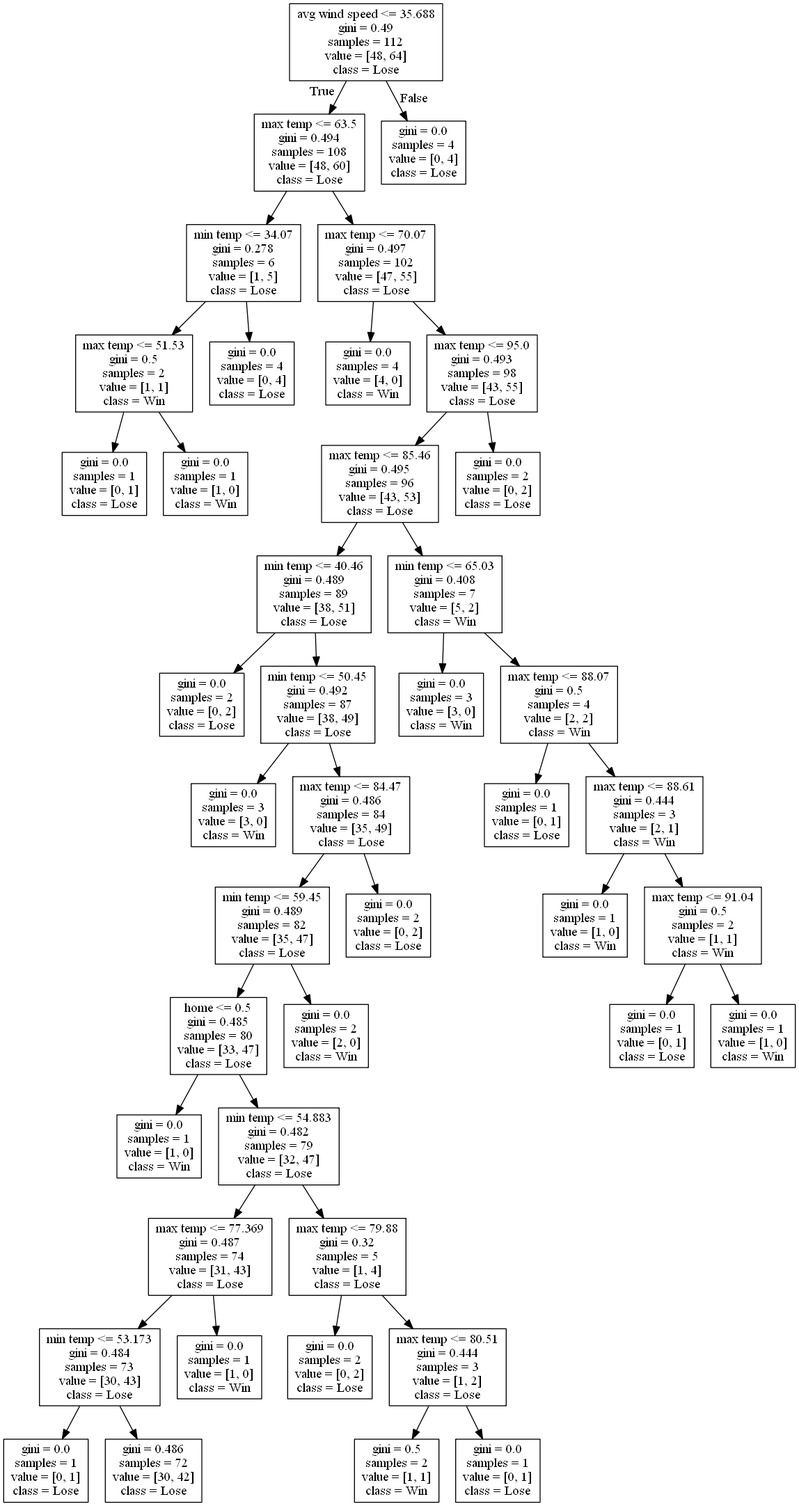
This is DecisionTrees/decision_tree_no_score_or_attendance_test_6016.png from alexana-steck/CSE482Project, a Graphviz export, as it was before one commit. Its source is kept beside it as DecisionTrees/decision_tree_no_score_or_attendance_test_6016.dot. The source it was exported from:
```dot
digraph Tree {
node [shape=box] ;
0 [label="avg wind speed <= 35.688\ngini = 0.49\nsamples = 112\nvalue = [48, 64]\nclass = Lose"] ;
1 [label="max temp <= 63.5\ngini = 0.494\nsamples = 108\nvalue = [48, 60]\nclass = Lose"] ;
0 -> 1 [labeldistance=2.5, labelangle=45, headlabel="True"] ;
2 [label="min temp <= 34.07\ngini = 0.278\nsamples = 6\nvalue = [1, 5]\nclass = Lose"] ;
1 -> 2 ;
3 [label="max temp <= 51.53\ngini = 0.5\nsamples = 2\nvalue = [1, 1]\nclass = Win"] ;
2 -> 3 ;
4 [label="gini = 0.0\nsamples = 1\nvalue = [0, 1]\nclass = Lose"] ;
3 -> 4 ;
5 [label="gini = 0.0\nsamples = 1\nvalue = [1, 0]\nclass = Win"] ;
3 -> 5 ;
6 [label="gini = 0.0\nsamples = 4\nvalue = [0, 4]\nclass = Lose"] ;
2 -> 6 ;
7 [label="max temp <= 70.07\ngini = 0.497\nsamples = 102\nvalue = [47, 55]\nclass = Lose"] ;
1 -> 7 ;
8 [label="gini = 0.0\nsamples = 4\nvalue = [4, 0]\nclass = Win"] ;
7 -> 8 ;
9 [label="max temp <= 95.0\ngini = 0.493\nsamples = 98\nvalue = [43, 55]\nclass = Lose"] ;
7 -> 9 ;
10 [label="max temp <= 85.46\ngini = 0.495\nsamples = 96\nvalue = [43, 53]\nclass = Lose"] ;
9 -> 10 ;
11 [label="min temp <= 40.46\ngini = 0.489\nsamples = 89\nvalue = [38, 51]\nclass = Lose"] ;
10 -> 11 ;
12 [label="gini = 0.0\nsamples = 2\nvalue = [0, 2]\nclass = Lose"] ;
11 -> 12 ;
13 [label="min temp <= 50.45\ngini = 0.492\nsamples = 87\nvalue = [38, 49]\nclass = Lose"] ;
11 -> 13 ;
14 [label="gini = 0.0\nsamples = 3\nvalue = [3, 0]\nclass = Win"] ;
13 -> 14 ;
15 [label="max temp <= 84.47\ngini = 0.486\nsamples = 84\nvalue = [35, 49]\nclass = Lose"] ;
13 -> 15 ;
16 [label="min temp <= 59.45\ngini = 0.489\nsamples = 82\nvalue = [35, 47]\nclass = Lose"] ;
15 -> 16 ;
17 [label="home <= 0.5\ngini = 0.485\nsamples = 80\nvalue = [33, 47]\nclass = Lose"] ;
16 -> 17 ;
18 [label="gini = 0.0\nsamples = 1\nvalue = [1, 0]\nclass = Win"] ;
17 -> 18 ;
19 [label="min temp <= 54.883\ngini = 0.482\nsamples = 79\nvalue = [32, 47]\nclass = Lose"] ;
17 -> 19 ;
20 [label="max temp <= 77.369\ngini = 0.487\nsamples = 74\nvalue = [31, 43]\nclass = Lose"] ;
19 -> 20 ;
21 [label="min temp <= 53.173\ngini = 0.484\nsamples = 73\nvalue = [30, 43]\nclass = Lose"] ;
20 -> 21 ;
22 [label="gini = 0.0\nsamples = 1\nvalue = [0, 1]\nclass = Lose"] ;
21 -> 22 ;
23 [label="gini = 0.486\nsamples = 72\nvalue = [30, 42]\nclass = Lose"] ;
21 -> 23 ;
24 [label="gini = 0.0\nsamples = 1\nvalue = [1, 0]\nclass = Win"] ;
20 -> 24 ;
25 [label="max temp <= 79.88\ngini = 0.32\nsamples = 5\nvalue = [1, 4]\nclass = Lose"] ;
19 -> 25 ;
26 [label="gini = 0.0\nsamples = 2\nvalue = [0, 2]\nclass = Lose"] ;
25 -> 26 ;
27 [label="max temp <= 80.51\ngini = 0.444\nsamples = 3\nvalue = [1, 2]\nclass = Lose"] ;
25 -> 27 ;
28 [label="gini = 0.5\nsamples = 2\nvalue = [1, 1]\nclass = Win"] ;
27 -> 28 ;
29 [label="gini = 0.0\nsamples = 1\nvalue = [0, 1]\nclass = Lose"] ;
27 -> 29 ;
30 [label="gini = 0.0\nsamples = 2\nvalue = [2, 0]\nclass = Win"] ;
16 -> 30 ;
31 [label="gini = 0.0\nsamples = 2\nvalue = [0, 2]\nclass = Lose"] ;
15 -> 31 ;
32 [label="min temp <= 65.03\ngini = 0.408\nsamples = 7\nvalue = [5, 2]\nclass = Win"] ;
10 -> 32 ;
33 [label="gini = 0.0\nsamples = 3\nvalue = [3, 0]\nclass = Win"] ;
32 -> 33 ;
34 [label="max temp <= 88.07\ngini = 0.5\nsamples = 4\nvalue = [2, 2]\nclass = Win"] ;
32 -> 34 ;
35 [label="gini = 0.0\nsamples = 1\nvalue = [0, 1]\nclass = Lose"] ;
34 -> 35 ;
36 [label="max temp <= 88.61\ngini = 0.444\nsamples = 3\nvalue = [2, 1]\nclass = Win"] ;
34 -> 36 ;
37 [label="gini = 0.0\nsamples = 1\nvalue = [1, 0]\nclass = Win"] ;
36 -> 37 ;
38 [label="max temp <= 91.04\ngini = 0.5\nsamples = 2\nvalue = [1, 1]\nclass = Win"] ;
36 -> 38 ;
39 [label="gini = 0.0\nsamples = 1\nvalue = [0, 1]\nclass = Lose"] ;
38 -> 39 ;
40 [label="gini = 0.0\nsamples = 1\nvalue = [1, 0]\nclass = Win"] ;
38 -> 40 ;
41 [label="gini = 0.0\nsamples = 2\nvalue = [0, 2]\nclass = Lose"] ;
9 -> 41 ;
42 [label="gini = 0.0\nsamples = 4\nvalue = [0, 4]\nclass = Lose"] ;
0 -> 42 [labeldistance=2.5, labelangle=-45, headlabel="False"] ;
}
```
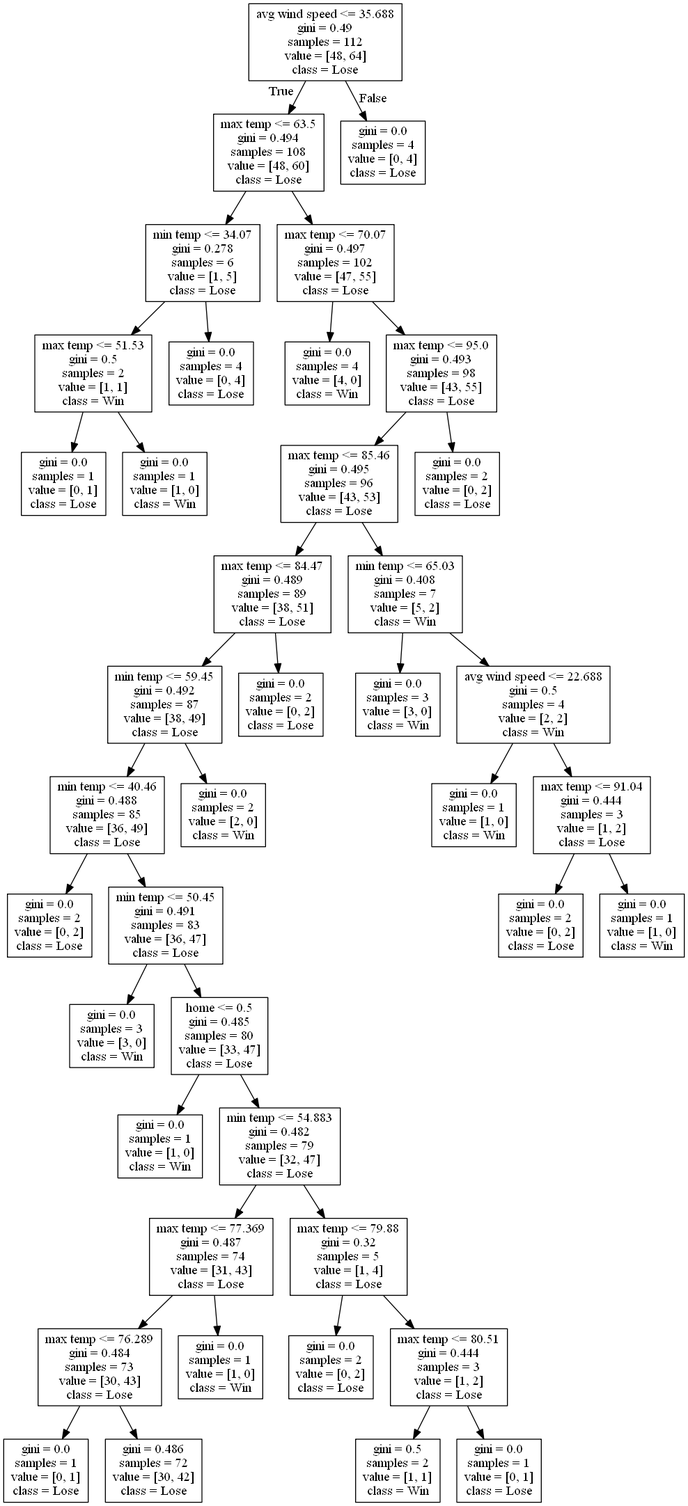
The same file after the commit.

What changed in the source:
```diff
@@ -21,27 +21,27 @@
 7 -> 9 ;
 10 [label="max temp <= 85.46\ngini = 0.495\nsamples = 96\nvalue = [43, 53]\nclass = Lose"] ;
 9 -> 10 ;
-11 [label="min temp <= 40.46\ngini = 0.489\nsamples = 89\nvalue = [38, 51]\nclass = Lose"] ;
+11 [label="max temp <= 84.47\ngini = 0.489\nsamples = 89\nvalue = [38, 51]\nclass = Lose"] ;
 10 -> 11 ;
-12 [label="gini = 0.0\nsamples = 2\nvalue = [0, 2]\nclass = Lose"] ;
+12 [label="min temp <= 59.45\ngini = 0.492\nsamples = 87\nvalue = [38, 49]\nclass = Lose"] ;
 11 -> 12 ;
-13 [label="min temp <= 50.45\ngini = 0.492\nsamples = 87\nvalue = [38, 49]\nclass = Lose"] ;
-11 -> 13 ;
-14 [label="gini = 0.0\nsamples = 3\nvalue = [3, 0]\nclass = Win"] ;
+13 [label="min temp <= 40.46\ngini = 0.488\nsamples = 85\nvalue = [36, 49]\nclass = Lose"] ;
+12 -> 13 ;
+14 [label="gini = 0.0\nsamples = 2\nvalue = [0, 2]\nclass = Lose"] ;
 13 -> 14 ;
-15 [label="max temp <= 84.47\ngini = 0.486\nsamples = 84\nvalue = [35, 49]\nclass = Lose"] ;
+15 [label="min temp <= 50.45\ngini = 0.491\nsamples = 83\nvalue = [36, 47]\nclass = Lose"] ;
 13 -> 15 ;
-16 [label="min temp <= 59.45\ngini = 0.489\nsamples = 82\nvalue = [35, 47]\nclass = Lose"] ;
+16 [label="gini = 0.0\nsamples = 3\nvalue = [3, 0]\nclass = Win"] ;
 15 -> 16 ;
 17 [label="home <= 0.5\ngini = 0.485\nsamples = 80\nvalue = [33, 47]\nclass = Lose"] ;
-16 -> 17 ;
+15 -> 17 ;
 18 [label="gini = 0.0\nsamples = 1\nvalue = [1, 0]\nclass = Win"] ;
 17 -> 18 ;
 19 [label="min temp <= 54.883\ngini = 0.482\nsamples = 79\nvalue = [32, 47]\nclass = Lose"] ;
 17 -> 19 ;
 20 [label="max temp <= 77.369\ngini = 0.487\nsamples = 74\nvalue = [31, 43]\nclass = Lose"] ;
 19 -> 20 ;
-21 [label="min temp <= 53.173\ngini = 0.484\nsamples = 73\nvalue = [30, 43]\nclass = Lose"] ;
+21 [label="max temp <= 76.289\ngini = 0.484\nsamples = 73\nvalue = [30, 43]\nclass = Lose"] ;
 20 -> 21 ;
 22 [label="gini = 0.0\nsamples = 1\nvalue = [0, 1]\nclass = Lose"] ;
 21 -> 22 ;
@@ -60,29 +60,25 @@
 29 [label="gini = 0.0\nsamples = 1\nvalue = [0, 1]\nclass = Lose"] ;
 27 -> 29 ;
 30 [label="gini = 0.0\nsamples = 2\nvalue = [2, 0]\nclass = Win"] ;
-16 -> 30 ;
+12 -> 30 ;
 31 [label="gini = 0.0\nsamples = 2\nvalue = [0, 2]\nclass = Lose"] ;
-15 -> 31 ;
+11 -> 31 ;
 32 [label="min temp <= 65.03\ngini = 0.408\nsamples = 7\nvalue = [5, 2]\nclass = Win"] ;
 10 -> 32 ;
 33 [label="gini = 0.0\nsamples = 3\nvalue = [3, 0]\nclass = Win"] ;
 32 -> 33 ;
-34 [label="max temp <= 88.07\ngini = 0.5\nsamples = 4\nvalue = [2, 2]\nclass = Win"] ;
+34 [label="avg wind speed <= 22.688\ngini = 0.5\nsamples = 4\nvalue = [2, 2]\nclass = Win"] ;
 32 -> 34 ;
-35 [label="gini = 0.0\nsamples = 1\nvalue = [0, 1]\nclass = Lose"] ;
+35 [label="gini = 0.0\nsamples = 1\nvalue = [1, 0]\nclass = Win"] ;
 34 -> 35 ;
-36 [label="max temp <= 88.61\ngini = 0.444\nsamples = 3\nvalue = [2, 1]\nclass = Win"] ;
+36 [label="max temp <= 91.04\ngini = 0.444\nsamples = 3\nvalue = [1, 2]\nclass = Lose"] ;
 34 -> 36 ;
-37 [label="gini = 0.0\nsamples = 1\nvalue = [1, 0]\nclass = Win"] ;
+37 [label="gini = 0.0\nsamples = 2\nvalue = [0, 2]\nclass = Lose"] ;
 36 -> 37 ;
-38 [label="max temp <= 91.04\ngini = 0.5\nsamples = 2\nvalue = [1, 1]\nclass = Win"] ;
+38 [label="gini = 0.0\nsamples = 1\nvalue = [1, 0]\nclass = Win"] ;
 36 -> 38 ;
-39 [label="gini = 0.0\nsamples = 1\nvalue = [0, 1]\nclass = Lose"] ;
-38 -> 39 ;
-40 [label="gini = 0.0\nsamples = 1\nvalue = [1, 0]\nclass = Win"] ;
-38 -> 40 ;
-41 [label="gini = 0.0\nsamples = 2\nvalue = [0, 2]\nclass = Lose"] ;
-9 -> 41 ;
-42 [label="gini = 0.0\nsamples = 4\nvalue = [0, 4]\nclass = Lose"] ;
-0 -> 42 [labeldistance=2.5, labelangle=-45, headlabel="False"] ;
+39 [label="gini = 0.0\nsamples = 2\nvalue = [0, 2]\nclass = Lose"] ;
+9 -> 39 ;
+40 [label="gini = 0.0\nsamples = 4\nvalue = [0, 4]\nclass = Lose"] ;
+0 -> 40 [labeldistance=2.5, labelangle=-45, headlabel="False"] ;
 }
```
